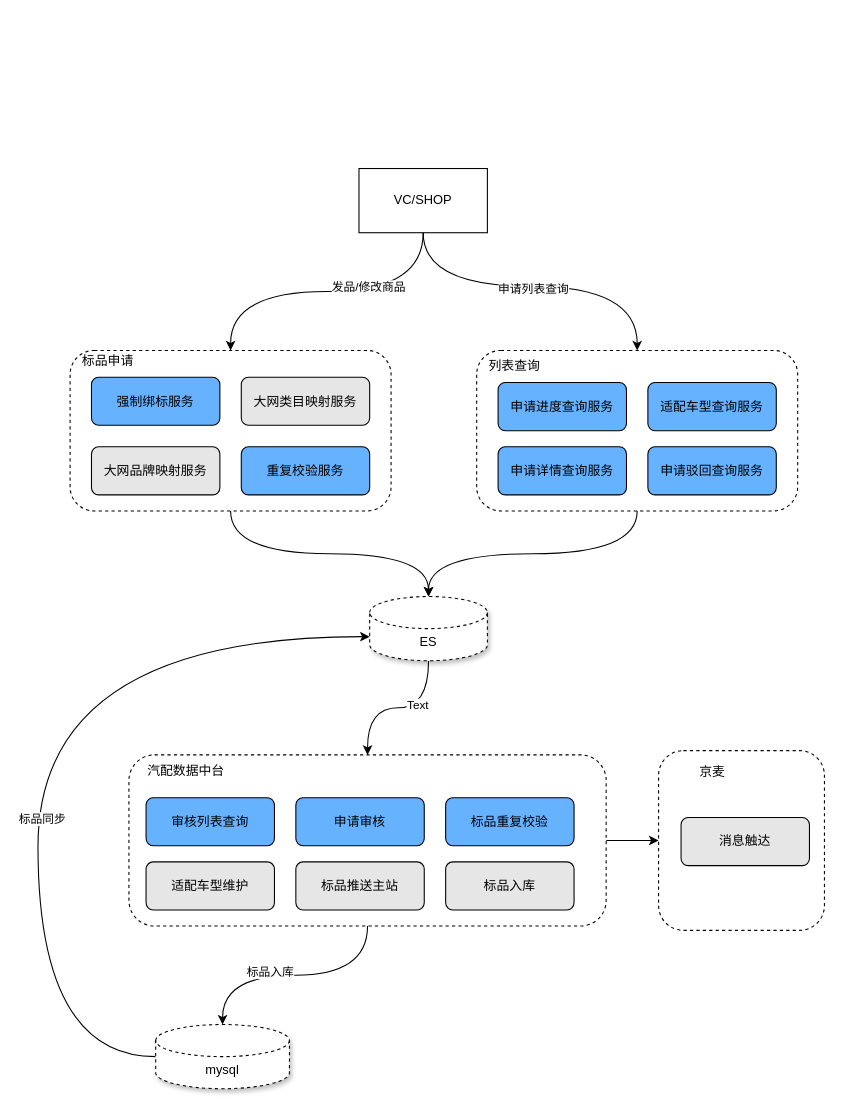
The draw.io diagram 标品线上申请-逻辑架构图.drawio in sunhaiting/exercise, before the edit. Source tidied: cells renumbered, new cells numbered last; positions are measured from the earlier drawing's top-left corner, leaving out a move shared by most shapes. Both pictures are drawn from the tidied source at 107%, with x=0, y=0 at pixel (37, 168).
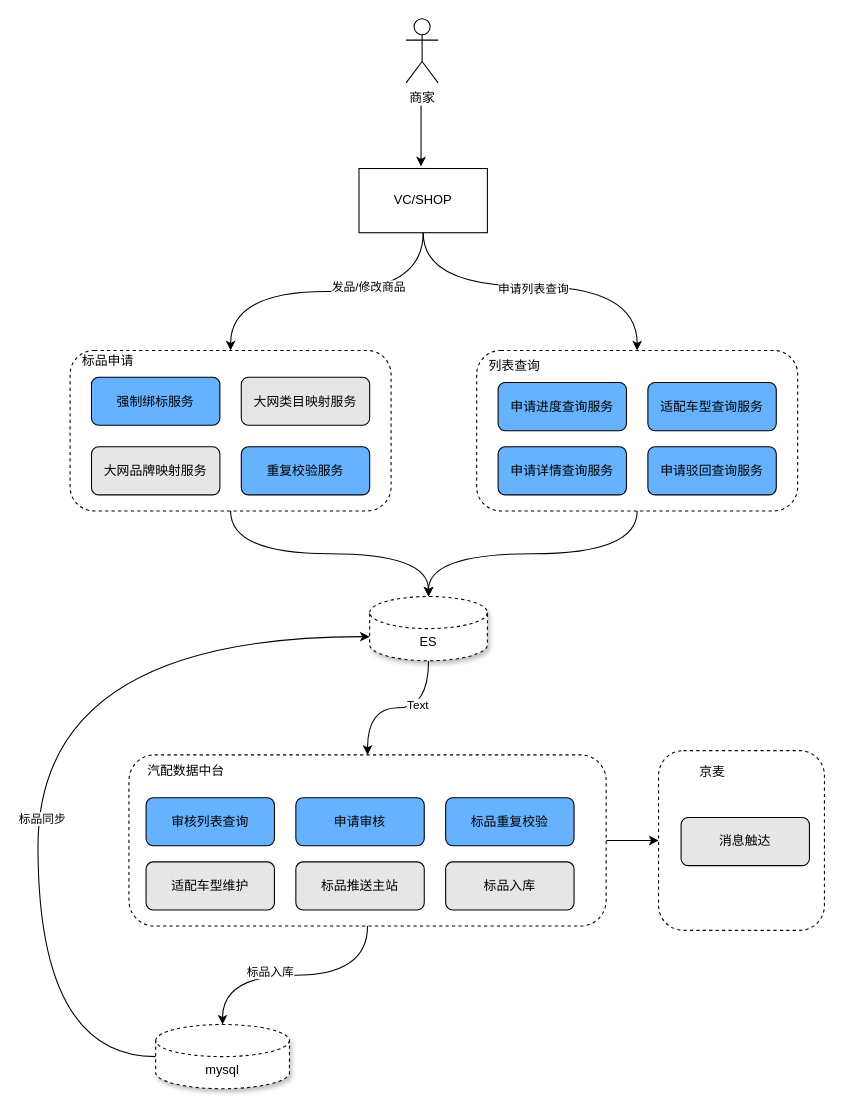
The same diagram, later.

Commit message:
更新标品线上申请-逻辑架构图.drawio

The edit, as a diff of the source:
```diff
@@
+    <mxCell id="41" value="商家" style="shape=umlActor;verticalLabelPosition=bottom;verticalAlign=top;html=1;" parent="1" vertex="1">
+      <mxGeometry x="344" y="-140" width="30" height="60" as="geometry" />
+    </mxCell>
+    <mxCell id="42" style="endArrow=classic;html=1;rounded=0;" parent="1" edge="1">
+      <mxGeometry relative="1" as="geometry">
+        <mxPoint x="358" y="-59" as="sourcePoint" />
+        <mxPoint x="358" y="-2" as="targetPoint" />
+      </mxGeometry>
+    </mxCell>
```
